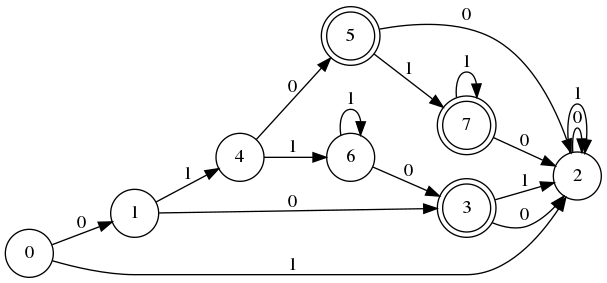
Before: Practica-6/salida.png, a diagram exported from Graphviz (Jomat18/Compiladores). Its source is kept beside it as Practica-6/salida.dot. The source it was exported from:
```dot
digraph G {
	node [shape=circle]
	rankdir=LR
	3 [peripheries=2];
	5 [peripheries=2];
	7 [peripheries=2];
	0 -> 1 [label= 0];
	0 -> 2 [label= 1];
	1 -> 3 [label= 0];
	1 -> 4 [label= 1];
	2 -> 2 [label= 0];
	2 -> 2 [label= 1];
	3 -> 2 [label= 0];
	3 -> 2 [label= 1];
	4 -> 5 [label= 0];
	4 -> 6 [label= 1];
	5 -> 2 [label= 0];
	5 -> 7 [label= 1];
	6 -> 3 [label= 0];
	6 -> 6 [label= 1];
	7 -> 2 [label= 0];
	7 -> 7 [label= 1];
}
```
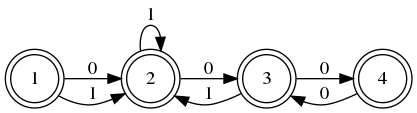
After the commit.

Diff of the diagram source:
```diff
@@ -1,23 +1,15 @@
 digraph G {
 	node [shape=circle]
 	rankdir=LR
+	1 [peripheries=2];
+	2 [peripheries=2];
 	3 [peripheries=2];
-	5 [peripheries=2];
-	7 [peripheries=2];
-	0 -> 1 [label= 0];
-	0 -> 2 [label= 1];
-	1 -> 3 [label= 0];
-	1 -> 4 [label= 1];
-	2 -> 2 [label= 0];
+	4 [peripheries=2];
+	1 -> 2 [label= 0];
+	1 -> 2 [label= 1];
+	2 -> 3 [label= 0];
 	2 -> 2 [label= 1];
-	3 -> 2 [label= 0];
+	3 -> 4 [label= 0];
 	3 -> 2 [label= 1];
-	4 -> 5 [label= 0];
-	4 -> 6 [label= 1];
-	5 -> 2 [label= 0];
-	5 -> 7 [label= 1];
-	6 -> 3 [label= 0];
-	6 -> 6 [label= 1];
-	7 -> 2 [label= 0];
-	7 -> 7 [label= 1];
+	4 -> 3 [label= 0];
 }
```
